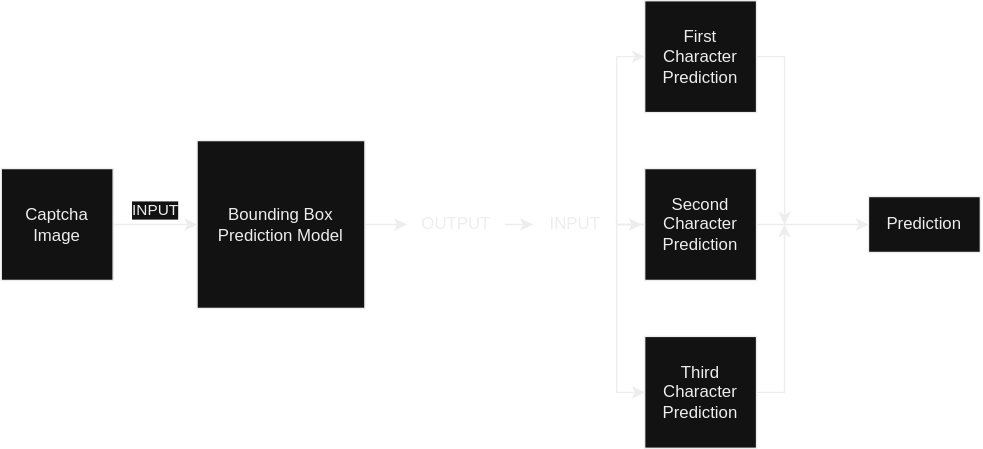
The draw.io diagram Graphics/Pipeline.svg in OlavAusland/MH-CaptchaSolver, before a commit. Source tidied: cells renumbered, new cells last; positions are measured from the earlier drawing's top-left corner, leaving out a move shared by most shapes.
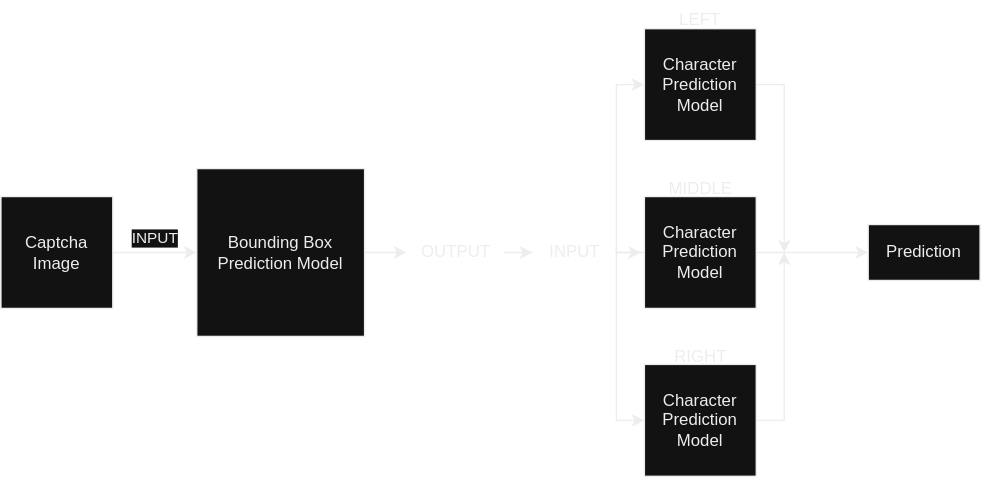
Later version of the same file.

Commit message:
Changed pipeline model

Change to the diagram source:
```diff
@@ -24,7 +24,7 @@
         </Array>
       </mxGeometry>
     </mxCell>
-    <mxCell id="5" value="First Character Prediction" style="whiteSpace=wrap;html=1;" parent="1" vertex="1">
+    <mxCell id="5" value="Character Prediction Model" style="whiteSpace=wrap;html=1;" parent="1" vertex="1">
       <mxGeometry x="460" width="80" height="80" as="geometry" />
     </mxCell>
     <mxCell id="6" style="edgeStyle=orthogonalEdgeStyle;rounded=0;jettySize=auto;html=1;entryX=0;entryY=0.5;entryDx=0;entryDy=0;" parent="1" edge="1" source="8" target="3">
@@ -69,7 +69,7 @@
         </Array>
       </mxGeometry>
     </mxCell>
-    <mxCell id="16" value="Second Character Prediction" style="whiteSpace=wrap;html=1;" parent="1" vertex="1">
+    <mxCell id="16" value="Character Prediction Model" style="whiteSpace=wrap;html=1;" parent="1" vertex="1">
       <mxGeometry x="460" y="120" width="80" height="80" as="geometry" />
     </mxCell>
     <mxCell id="17" style="edgeStyle=orthogonalEdgeStyle;rounded=0;orthogonalLoop=1;jettySize=auto;html=1;" parent="1" edge="1">
@@ -81,11 +81,20 @@
         </Array>
       </mxGeometry>
     </mxCell>
-    <mxCell id="18" value="&lt;div&gt;Third&lt;/div&gt;&lt;div&gt;Character Prediction&lt;/div&gt;" style="whiteSpace=wrap;html=1;" parent="1" vertex="1">
+    <mxCell id="18" value="Character Prediction Model" style="whiteSpace=wrap;html=1;" parent="1" vertex="1">
       <mxGeometry x="460" y="240" width="80" height="80" as="geometry" />
     </mxCell>
     <mxCell id="19" value="Prediction" style="rounded=0;whiteSpace=wrap;html=1;" parent="1" vertex="1">
       <mxGeometry x="620" y="140" width="80" height="40" as="geometry" />
     </mxCell>
+    <mxCell id="20" value="MIDDLE" style="text;html=1;align=center;verticalAlign=middle;strokeColor=none;fillColor=none;" parent="1" vertex="1">
+      <mxGeometry x="465" y="100" width="70" height="30" as="geometry" />
+    </mxCell>
+    <mxCell id="21" value="LEFT" style="text;whiteSpace=wrap;html=1;align=center;" parent="1" vertex="1">
+      <mxGeometry x="485" y="-20" width="30" height="20" as="geometry" />
+    </mxCell>
+    <mxCell id="22" value="RIGHT" style="text;html=1;align=center;verticalAlign=middle;strokeColor=none;fillColor=none;" parent="1" vertex="1">
+      <mxGeometry x="470" y="220" width="60" height="30" as="geometry" />
+    </mxCell>
   </root>
 </mxGraphModel>
```
